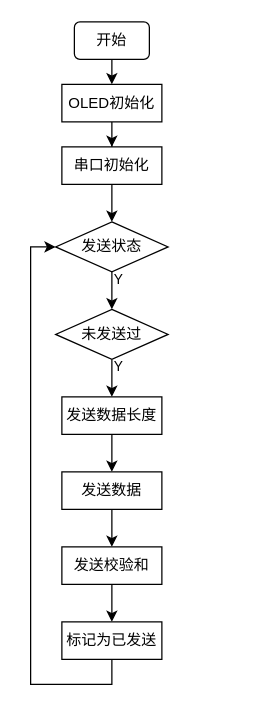
Before: 2-STC8F.drawio in lituo666/uart-STC8F, a draw.io diagram. Source tidied: cells renumbered, new cells numbered last; positions are measured from the earlier drawing's top-left corner, leaving out a move shared by most shapes. Both pictures are drawn from the tidied source at 125%, with x=0, y=0 at pixel (55, 21).
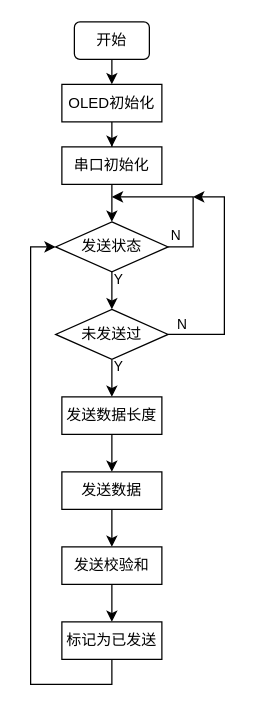
Above is the later version.

The change refers to these unchanged cells:
```xml
<mxCell id="9" value="发送状态" style="rhombus;whiteSpace=wrap;html=1;" parent="1" vertex="1">
  <mxGeometry y="160" width="90" height="40" as="geometry" />
</mxCell>
<mxCell id="19" value="未发送过" style="rhombus;whiteSpace=wrap;html=1;" parent="1" vertex="1">
  <mxGeometry y="230" width="90" height="40" as="geometry" />
</mxCell>
```

Change to the diagram source:
```diff
@@
+    <mxCell id="20" style="edgeStyle=orthogonalEdgeStyle;rounded=0;jettySize=auto;html=1;exitX=1;exitY=0.5;exitDx=0;exitDy=0;labelPosition=center;verticalLabelPosition=bottom;align=right;verticalAlign=bottom;" parent="1" edge="1" source="9">
+      <mxGeometry relative="1" as="geometry">
+        <mxPoint x="45" y="140" as="targetPoint" />
+        <Array as="points">
+          <mxPoint x="110" y="180" />
+          <mxPoint x="110" y="140" />
+        </Array>
+      </mxGeometry>
+    </mxCell>
+    <mxCell id="21" value="N" style="edgeLabel;html=1;align=center;verticalAlign=middle;" parent="20" vertex="1">
+      <mxGeometry x="-0.78" relative="1" as="geometry">
+        <mxPoint x="-8.9" y="-10" as="offset" />
+      </mxGeometry>
+    </mxCell>
@@
+    <mxCell id="22" style="edgeStyle=orthogonalEdgeStyle;rounded=0;jettySize=auto;html=1;exitX=1;exitY=0.5;exitDx=0;exitDy=0;" parent="1" edge="1" source="19">
+      <mxGeometry relative="1" as="geometry">
+        <mxPoint x="110" y="140" as="targetPoint" />
+        <Array as="points">
+          <mxPoint x="135" y="250" />
+          <mxPoint x="135" y="140" />
+        </Array>
+      </mxGeometry>
+    </mxCell>
+    <mxCell id="23" value="N" style="edgeLabel;html=1;align=center;verticalAlign=bottom;" parent="22" vertex="1">
+      <mxGeometry x="-0.89" relative="1" as="geometry" />
+    </mxCell>
```
